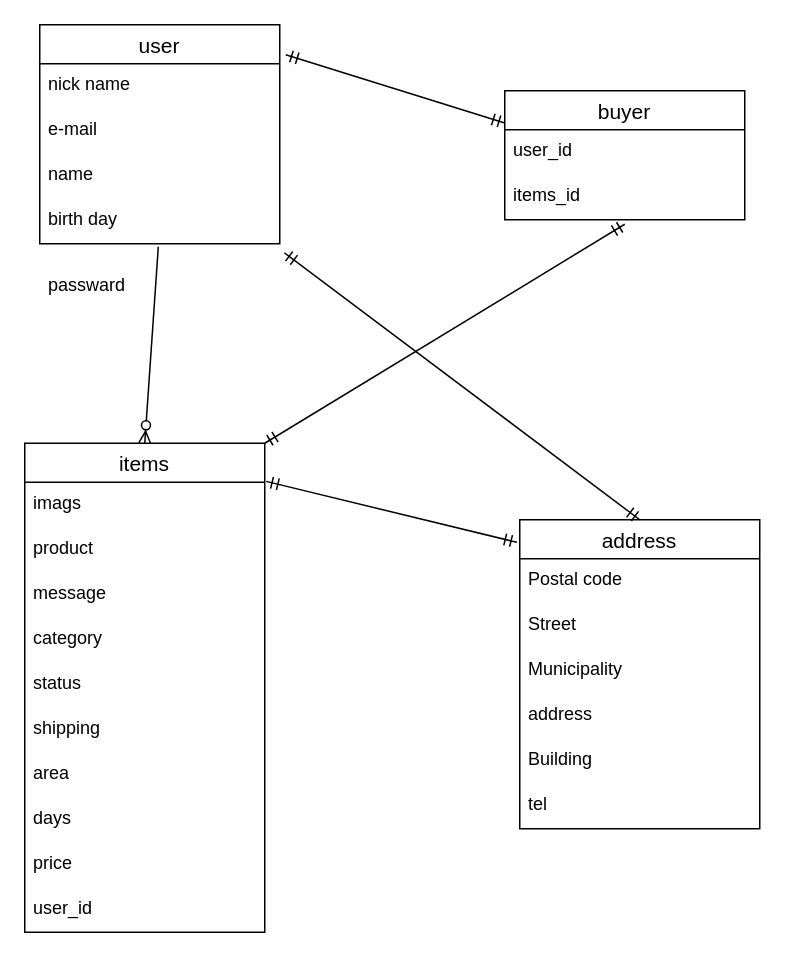
The draw.io diagram ER illust.dio in tannno-shouta/furima-30546, before the edit. Source tidied: cells renumbered, new cells numbered last; positions are measured from the earlier drawing's top-left corner, leaving out a move shared by most shapes. Both pictures are drawn from the tidied source at 150%, with x=0, y=0 at pixel (24, 24).
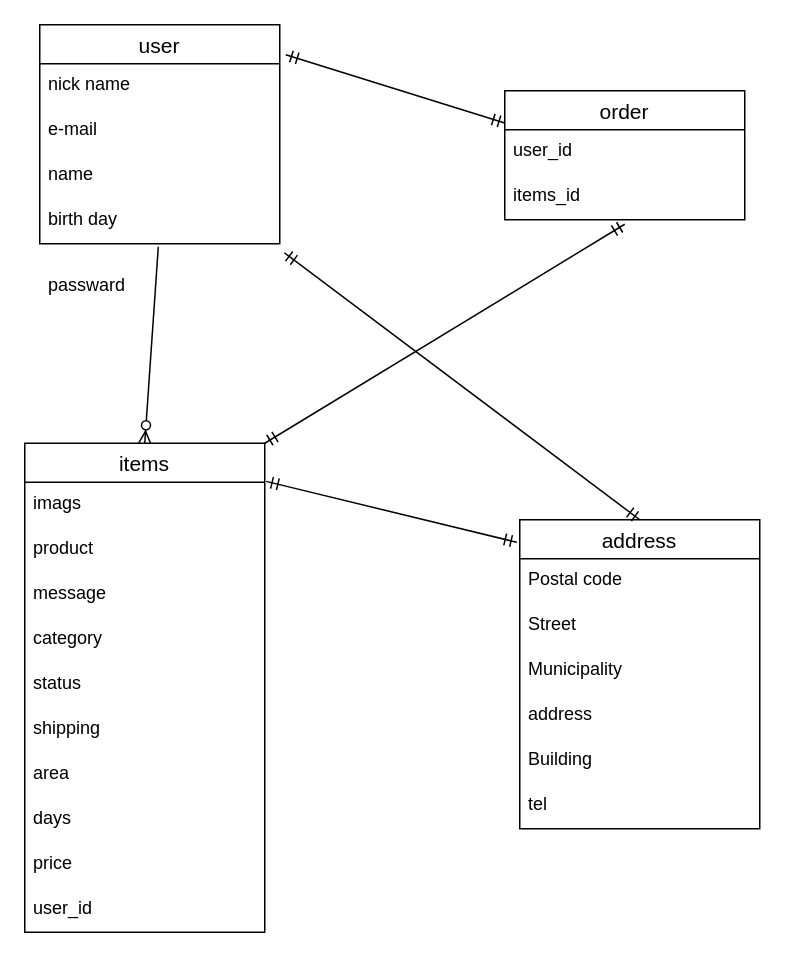
The same page after the edit.

The edit, as a diff of the source:
```diff
@@
-    <mxCell id="30" value="buyer" style="swimlane;fontStyle=0;horizontal=1;startSize=26;align=center;fontSize=14;" parent="1" vertex="1">
+    <mxCell id="30" value="order" style="swimlane;fontStyle=0;horizontal=1;startSize=26;align=center;fontSize=14;" parent="1" vertex="1">
       <mxGeometry x="320" y="44" width="160" height="86" as="geometry" />
     </mxCell>
```
